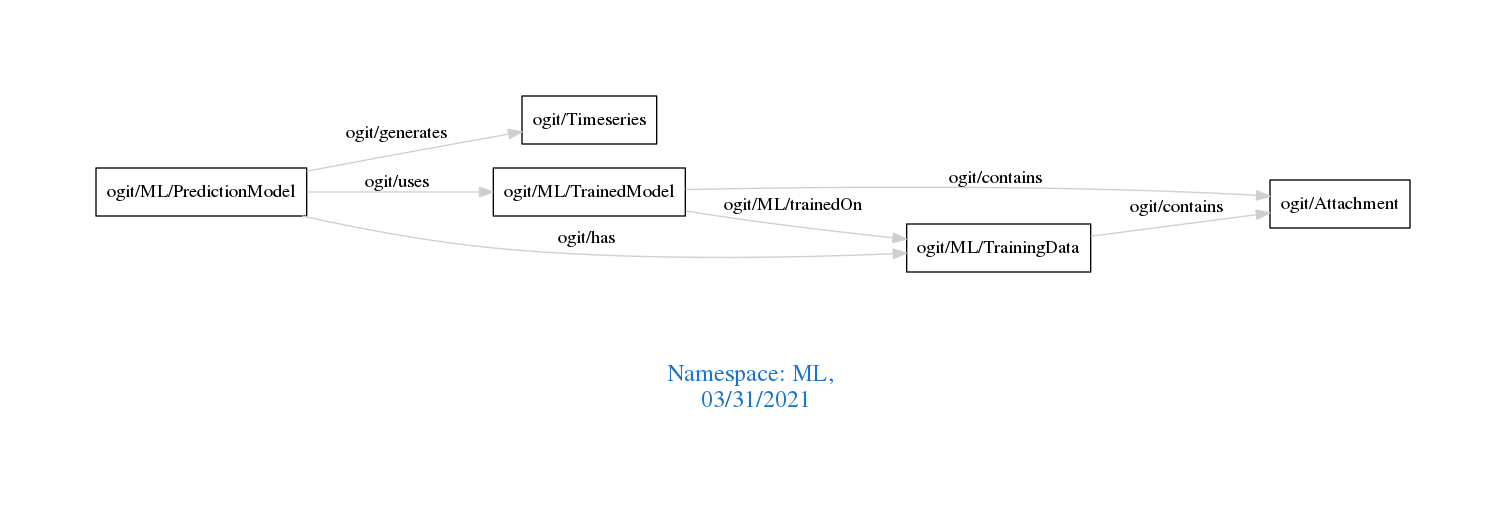
Above: downloads/ML.png in arago/OGIT (Graphviz), before the change. Its source is kept beside it as downloads/ML.dot.
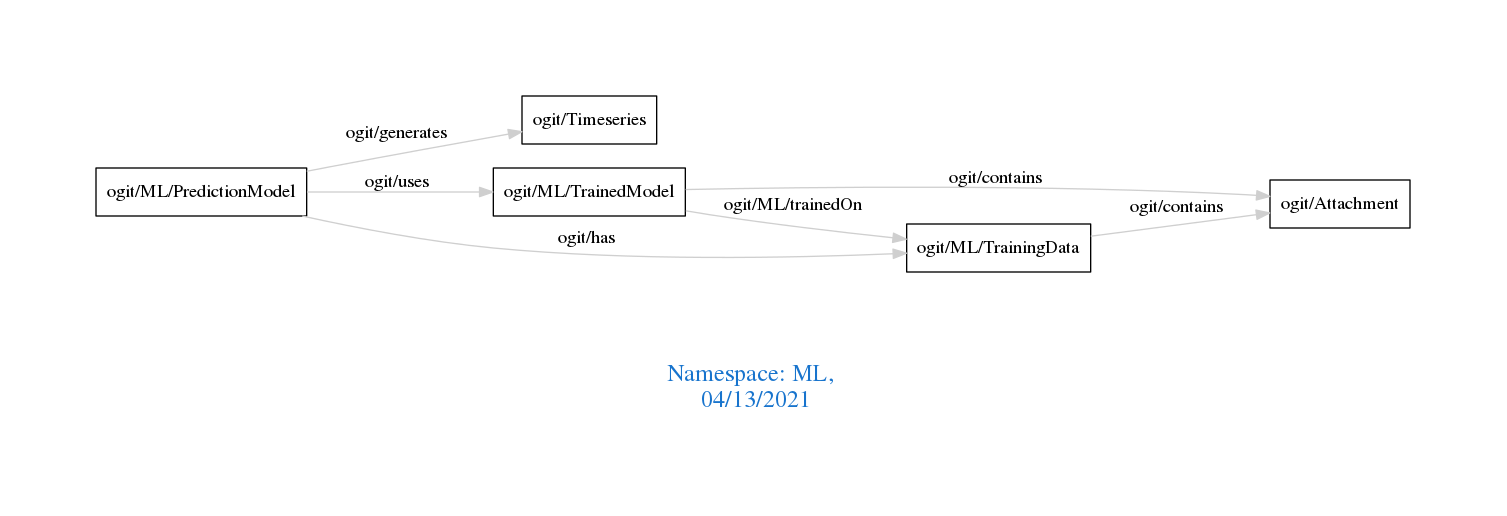
The same diagram one commit later.

The edit, as a diff of the source:
```diff
@@ -1,7 +1,7 @@
 digraph OGIT_ontology {
  graph [ rankdir= LR,pad=1
 fontsize = 18,
-fontcolor= dodgerblue3,label = "\n\n\nNamespace: ML, \n 03/31/2021"];
+fontcolor= dodgerblue3,label = "\n\n\nNamespace: ML, \n 04/13/2021"];
 node[shape=polygon];
 edge [  color="gray81"];
 
```
